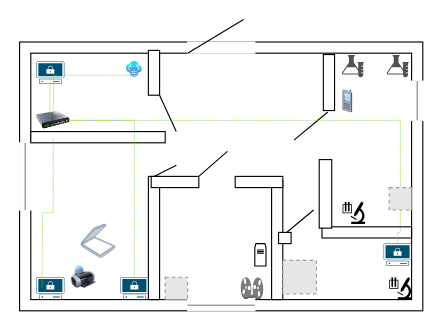
Before: kssd.drawio in Punkoivan/linkedin, a draw.io diagram. Source tidied: cells renumbered, new cells numbered last; positions are measured from the earlier drawing's top-left corner, leaving out a move shared by most shapes. Both pictures are drawn from the tidied source at 112%, with x=0, y=0 at pixel (-3, 19). Pictures stored in the file or linked from it are replaced by grey dashed boxes.
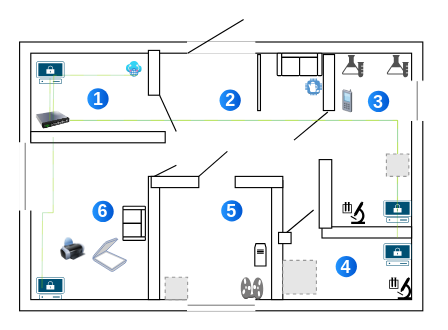
The same diagram, later.

The change refers to these unchanged cells:
```xml
<mxCell id="24" style="points=[[0.02,0.015,0],[0.5,0,0],[0.98,0.015,0],[1,0.38,0],[0.895,0.98,0],[0.5,1,0],[0.105,0.98,0],[0,0.38,0]];verticalLabelPosition=bottom;sketch=0;html=1;verticalAlign=top;align=center;shape=mxgraph.cisco19.secure_endpoint_pc;fillColor=#005073;strokeColor=none;" parent="1" vertex="1">
  <mxGeometry x="345" y="200" width="25" height="20" as="geometry" />
</mxCell>
```

What changed in the source:
```diff
@@
     <mxCell id="27" style="points=[[0.02,0.015,0],[0.5,0,0],[0.98,0.015,0],[1,0.38,0],[0.895,0.98,0],[0.5,1,0],[0.105,0.98,0],[0,0.38,0]];verticalLabelPosition=bottom;sketch=0;html=1;verticalAlign=top;align=center;shape=mxgraph.cisco19.secure_endpoint_pc;fillColor=#005073;strokeColor=none;" parent="1" vertex="1">
-      <mxGeometry x="110" y="230" width="25" height="20" as="geometry" />
+      <mxGeometry x="345" y="161.2" width="25" height="20" as="geometry" />
     </mxCell>
@@
-    <mxCell id="31" style="shape=wire;edgeStyle=orthogonalEdgeStyle;jettySize=auto;html=1;sourcePerimeterSpacing=0;targetPerimeterSpacing=0;endArrow=none;curved=0;rounded=0;strokeColor=#009900;dashed=1;fillColor=#ffff00;dashPattern=12 12;fixDash=1;startSize=6;endSize=6;strokeWidth=0.2;" parent="1" edge="1" source="45" target="24">
-      <mxGeometry relative="1" as="geometry" />
+    <mxCell id="31" style="shape=wire;edgeStyle=orthogonalEdgeStyle;orthogonalLoop=1;jettySize=auto;html=1;sourcePerimeterSpacing=0;targetPerimeterSpacing=0;endArrow=none;curved=0;rounded=0;strokeColor=#009900;dashed=1;fillColor=#ffff00;dashPattern=12 12;fixDash=1;startSize=6;endSize=6;strokeWidth=0.2;" parent="1" edge="1">
+      <mxGeometry relative="1" as="geometry">
+        <mxPoint x="357.3" y="135" as="sourcePoint" />
+        <mxPoint x="357.3" y="195" as="targetPoint" />
+      </mxGeometry>
     </mxCell>
@@
     <mxCell id="38" style="image;html=1;image=img/lib/clip_art/computers/Printer_128x128.png;" parent="1" vertex="1">
-      <mxGeometry x="65" y="220" width="25" height="20" as="geometry" />
+      <mxGeometry x="55.5" y="195" width="25" height="20" as="geometry" />
     </mxCell>
     <mxCell id="39" style="fontColor=#0066CC;verticalAlign=top;verticalLabelPosition=bottom;labelPosition=center;align=center;html=1;fillColor=#CCCCCC;strokeColor=#6881B3;gradientColor=none;gradientDirection=north;strokeWidth=2;shape=mxgraph.networks.scanner;" parent="1" vertex="1">
-      <mxGeometry x="75" y="182.5" width="30" height="30" as="geometry" />
+      <mxGeometry x="85.4" y="195" width="30" height="30" as="geometry" />
     </mxCell>
@@
     <mxCell id="45" style="fillColor=#E6E6E6;strokeColor=#999999;dashed=1;html=1;verticalAlign=top;verticalLabelPosition=bottom;labelBackgroundColor=#ffffff;" parent="1" vertex="1">
-      <mxGeometry x="350" y="150" width="20" height="20" as="geometry" />
+      <mxGeometry x="347.5" y="120" width="20" height="20" as="geometry" />
     </mxCell>
@@
+    <mxCell id="51" style="verticalLabelPosition=bottom;html=1;verticalAlign=top;align=center;shape=mxgraph.floorplan.couch;" parent="1" vertex="1">
+      <mxGeometry x="250" y="30" width="40" height="20" as="geometry" />
+    </mxCell>
+    <mxCell id="52" style="dashed=0;verticalLabelPosition=bottom;verticalAlign=top;align=center;html=1;shape=mxgraph.aws3.coffee_pot;fillColor=#5294CF;gradientColor=none;" parent="1" vertex="1">
+      <mxGeometry x="275" y="52.5" width="15" height="15" as="geometry" />
+    </mxCell>
+    <mxCell id="53" style="rounded=0;whiteSpace=wrap;html=1;rotation=90;" parent="1" vertex="1">
+      <mxGeometry x="208.8" y="55" width="50" height="2.5" as="geometry" />
+    </mxCell>
+    <mxCell id="54" value="1" style="ellipse;whiteSpace=wrap;html=1;rotation=0;gradientColor=#0057D2;strokeColor=none;gradientDirection=east;fillColor=#2395FF;rounded=0;fontFamily=Helvetica;fontSize=16;fontColor=#FFFFFF;spacingTop=4;spacingBottom=4;spacingLeft=4;spacingRight=4;fontStyle=1;" parent="1" vertex="1">
+      <mxGeometry x="80.5" y="61.2" width="19" height="19" as="geometry" />
+    </mxCell>
+    <mxCell id="55" value="2" style="ellipse;whiteSpace=wrap;html=1;rotation=0;gradientColor=#0057D2;strokeColor=none;gradientDirection=east;fillColor=#2395FF;rounded=0;fontFamily=Helvetica;fontSize=16;fontColor=#FFFFFF;spacingTop=4;spacingBottom=4;spacingLeft=4;spacingRight=4;fontStyle=1;" parent="1" vertex="1">
+      <mxGeometry x="198.5" y="62.5" width="19" height="19" as="geometry" />
+    </mxCell>
+    <mxCell id="56" value="3" style="ellipse;whiteSpace=wrap;html=1;rotation=0;gradientColor=#0057D2;strokeColor=none;gradientDirection=east;fillColor=#2395FF;rounded=0;fontFamily=Helvetica;fontSize=16;fontColor=#FFFFFF;spacingTop=4;spacingBottom=4;spacingLeft=4;spacingRight=4;fontStyle=1;" parent="1" vertex="1">
+      <mxGeometry x="331" y="63.5" width="19" height="19" as="geometry" />
+    </mxCell>
+    <mxCell id="57" value="4" style="ellipse;whiteSpace=wrap;html=1;rotation=0;gradientColor=#0057D2;strokeColor=none;gradientDirection=east;fillColor=#2395FF;rounded=0;fontFamily=Helvetica;fontSize=16;fontColor=#FFFFFF;spacingTop=4;spacingBottom=4;spacingLeft=4;spacingRight=4;fontStyle=1;" parent="1" vertex="1">
+      <mxGeometry x="302.2" y="211" width="19" height="19" as="geometry" />
+    </mxCell>
+    <mxCell id="58" value="5" style="ellipse;whiteSpace=wrap;html=1;rotation=0;gradientColor=#0057D2;strokeColor=none;gradientDirection=east;fillColor=#2395FF;rounded=0;fontFamily=Helvetica;fontSize=16;fontColor=#FFFFFF;spacingTop=4;spacingBottom=4;spacingLeft=4;spacingRight=4;fontStyle=1;" parent="1" vertex="1">
+      <mxGeometry x="200" y="161.2" width="19" height="19" as="geometry" />
+    </mxCell>
+    <mxCell id="59" value="6" style="ellipse;whiteSpace=wrap;html=1;rotation=0;gradientColor=#0057D2;strokeColor=none;gradientDirection=east;fillColor=#2395FF;rounded=0;fontFamily=Helvetica;fontSize=16;fontColor=#FFFFFF;spacingTop=4;spacingBottom=4;spacingLeft=4;spacingRight=4;fontStyle=1;" parent="1" vertex="1">
+      <mxGeometry x="85" y="161.8" width="19" height="19" as="geometry" />
+    </mxCell>
+    <mxCell id="60" style="verticalLabelPosition=bottom;html=1;verticalAlign=top;align=center;shape=mxgraph.floorplan.couch;rotation=90;" parent="1" vertex="1">
+      <mxGeometry x="107.1" y="171.9" width="30.4" height="20" as="geometry" />
+    </mxCell>
```
